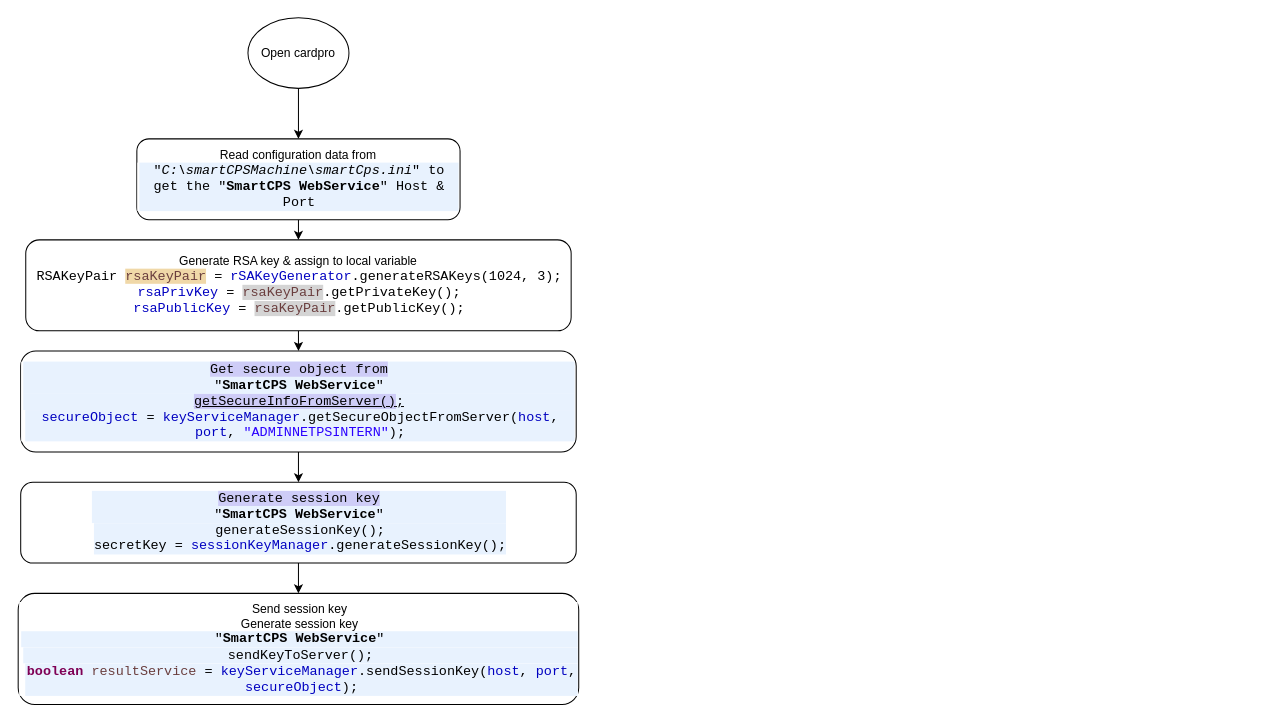
Earlier version of the draw.io diagram page "CardProApp" (3 of 8) of dz-perso-system.drawio (delphihero/MyDocument). Source tidied: cells renumbered, new cells numbered last; positions are measured from the earlier drawing's top-left corner, leaving out a move shared by most shapes. Both pictures are drawn from the tidied source at 101%, with x=0, y=0 at pixel (17, 17).
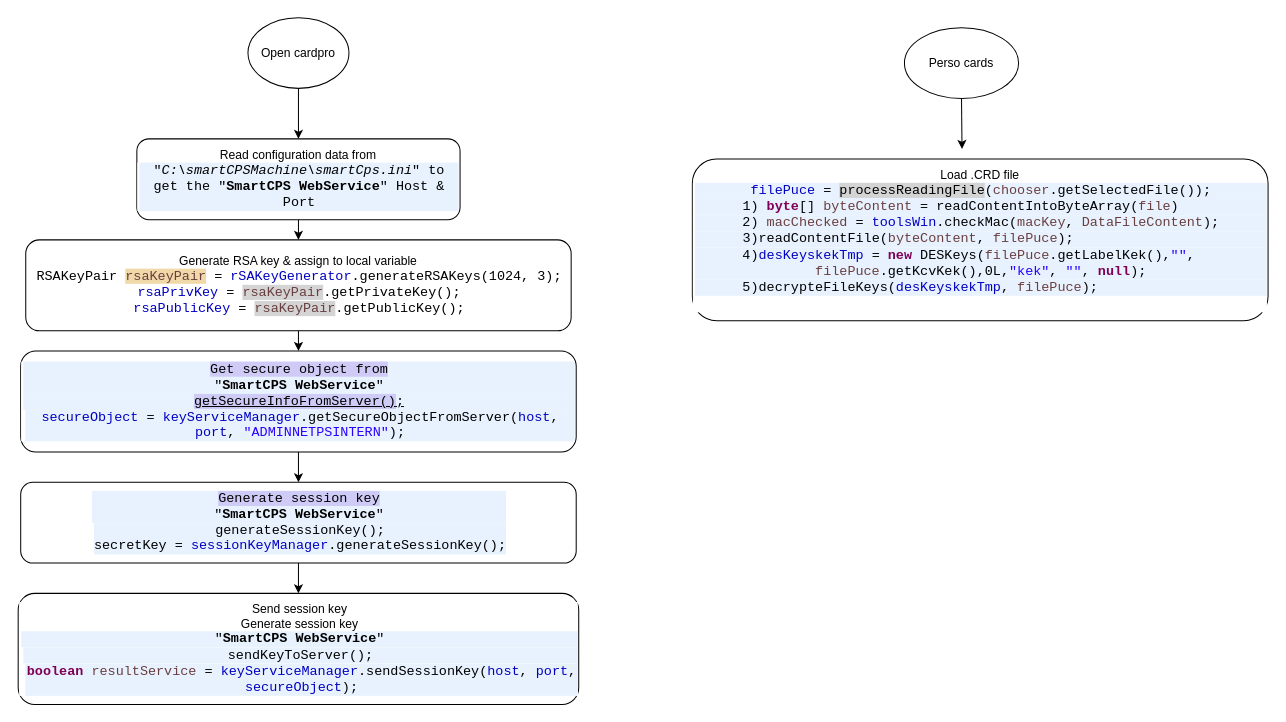
The same page after the edit.

What changed in the source:
```diff
@@
 <mxGraphModel>
   <root>
     <mxCell id="0" />
     <mxCell id="1" parent="0" />
     <mxCell id="2" style="edgeStyle=none;rounded=0;jettySize=auto;html=1;" parent="1" edge="1" source="3" target="7">
       <mxGeometry relative="1" as="geometry" />
     </mxCell>
     <mxCell id="3" value="Open cardpro" style="ellipse;whiteSpace=wrap;html=1;" parent="1" vertex="1">
       <mxGeometry x="228" width="100" height="70" as="geometry" />
     </mxCell>
     <mxCell id="4" style="edgeStyle=none;rounded=0;jettySize=auto;html=1;" parent="1" edge="1" source="5" target="9">
       <mxGeometry relative="1" as="geometry" />
     </mxCell>
     <mxCell id="5" value="Generate RSA key &amp;amp; assign to local variable&lt;br&gt;&lt;div style=&quot;background-color:#ffffff;padding:0px 0px 0px 2px;&quot;&gt;&lt;div style=&quot;color: rgb(0, 0, 0); background-color: rgb(255, 255, 255); font-family: &amp;quot;Courier New&amp;quot;; font-size: 10pt;&quot;&gt;&lt;p style=&quot;margin:0;&quot;&gt;RSAKeyPair &lt;span style=&quot;color:#6a3e3e;background-color:#f0d8a8;&quot;&gt;rsaKeyPair&lt;/span&gt;&lt;span style=&quot;color:#000000;&quot;&gt; = &lt;/span&gt;&lt;span style=&quot;color:#0000c0;&quot;&gt;rSAKeyGenerator&lt;/span&gt;&lt;span style=&quot;color:#000000;&quot;&gt;.generateRSAKeys(1024, 3);&lt;br&gt;&lt;/span&gt;&lt;span style=&quot;color:#0000c0;&quot;&gt;rsaPrivKey&lt;/span&gt;&lt;span style=&quot;color:#000000;&quot;&gt; = &lt;/span&gt;&lt;span style=&quot;color:#6a3e3e;background-color:#d4d4d4;&quot;&gt;rsaKeyPair&lt;/span&gt;&lt;span style=&quot;color:#000000;&quot;&gt;.getPrivateKey();&lt;/span&gt;&lt;/p&gt;&lt;p style=&quot;margin:0;&quot;&gt;&lt;span style=&quot;color:#0000c0;&quot;&gt;rsaPublicKey&lt;/span&gt;&lt;span style=&quot;color:#000000;&quot;&gt; = &lt;/span&gt;&lt;span style=&quot;color:#6a3e3e;background-color:#d4d4d4;&quot;&gt;rsaKeyPair&lt;/span&gt;&lt;span style=&quot;color:#000000;&quot;&gt;.getPublicKey();&lt;/span&gt;&lt;/p&gt;&lt;/div&gt;&lt;/div&gt;" style="rounded=1;whiteSpace=wrap;html=1;" parent="1" vertex="1">
       <mxGeometry x="8" y="220" width="540" height="90" as="geometry" />
     </mxCell>
     <mxCell id="6" style="edgeStyle=none;rounded=0;jettySize=auto;html=1;" parent="1" edge="1" source="7" target="5">
       <mxGeometry relative="1" as="geometry" />
     </mxCell>
     <mxCell id="7" value="Read configuration data from&lt;br&gt;&lt;div style=&quot;background-color:#ffffff;padding:0px 0px 0px 2px;&quot;&gt;&lt;div style=&quot;color: rgb(0, 0, 0); background-color: rgb(255, 255, 255); font-family: &amp;quot;Courier New&amp;quot;; font-size: 10pt;&quot;&gt;&lt;p style=&quot;background-color:#e8f2fe;margin:0;&quot;&gt;&quot;&lt;i&gt;C:\smartCPSMachine\smartCps.ini&lt;/i&gt;&quot; to get the &quot;&lt;b&gt;SmartCPS WebService&lt;/b&gt;&quot; Host &amp;amp; Port&lt;br&gt;&lt;/p&gt;&lt;/div&gt;&lt;/div&gt;" style="rounded=1;whiteSpace=wrap;html=1;" parent="1" vertex="1">
       <mxGeometry x="118" y="120" width="320" height="80" as="geometry" />
     </mxCell>
     <mxCell id="8" style="edgeStyle=none;rounded=0;jettySize=auto;html=1;" parent="1" edge="1" source="9" target="11">
       <mxGeometry relative="1" as="geometry" />
     </mxCell>
     <mxCell id="9" value="&lt;div style=&quot;background-color:#ffffff;padding:0px 0px 0px 2px;&quot;&gt;&lt;div style=&quot;color: rgb(0, 0, 0); background-color: rgb(255, 255, 255); font-family: &amp;quot;Courier New&amp;quot;; font-size: 10pt;&quot;&gt;&lt;p style=&quot;background-color:#e8f2fe;margin:0;&quot;&gt;&lt;span style=&quot;color:#000000;background-color:#ceccf7;&quot;&gt;Get secure object from &lt;br&gt;&lt;/span&gt;&quot;&lt;b&gt;SmartCPS WebService&lt;/b&gt;&quot;&lt;/p&gt;&lt;p style=&quot;background-color:#e8f2fe;margin:0;&quot;&gt;&lt;u&gt;&lt;span style=&quot;color:#000000;background-color:#ceccf7;&quot;&gt;getSecureInfoFromServer()&lt;/span&gt;&lt;span style=&quot;color:#000000;&quot;&gt;;&lt;br&gt;&lt;/span&gt;&lt;/u&gt;&lt;/p&gt;&lt;div style=&quot;background-color:#ffffff;padding:0px 0px 0px 2px;&quot;&gt;&lt;div style=&quot;color: rgb(0, 0, 0); background-color: rgb(255, 255, 255); font-family: &amp;quot;Courier New&amp;quot;; font-size: 10pt;&quot;&gt;&lt;p style=&quot;background-color:#e8f2fe;margin:0;&quot;&gt;&lt;span style=&quot;color:#0000c0;&quot;&gt;secureObject&lt;/span&gt;&lt;span style=&quot;color:#000000;&quot;&gt; = &lt;/span&gt;&lt;span style=&quot;color:#0000c0;&quot;&gt;keyServiceManager&lt;/span&gt;&lt;span style=&quot;color:#000000;&quot;&gt;.getSecureObjectFromServer(&lt;/span&gt;&lt;span style=&quot;color:#0000c0;&quot;&gt;host&lt;/span&gt;&lt;span style=&quot;color:#000000;&quot;&gt;, &lt;/span&gt;&lt;span style=&quot;color:#0000c0;&quot;&gt;port&lt;/span&gt;&lt;span style=&quot;color:#000000;&quot;&gt;, &lt;/span&gt;&lt;span style=&quot;color:#2a00ff;&quot;&gt;&quot;ADMINNETPSINTERN&quot;&lt;/span&gt;&lt;span style=&quot;color:#000000;&quot;&gt;);&lt;/span&gt;&lt;/p&gt;&lt;/div&gt;&lt;/div&gt;&lt;/div&gt;&lt;/div&gt;" style="rounded=1;whiteSpace=wrap;html=1;" parent="1" vertex="1">
       <mxGeometry x="3" y="330" width="550" height="100" as="geometry" />
     </mxCell>
     <mxCell id="10" style="edgeStyle=none;rounded=0;jettySize=auto;html=1;" parent="1" edge="1" source="11" target="12">
       <mxGeometry relative="1" as="geometry" />
     </mxCell>
     <mxCell id="11" value="&lt;div style=&quot;background-color:#ffffff;padding:0px 0px 0px 2px;&quot;&gt;&lt;div style=&quot;color: rgb(0, 0, 0); background-color: rgb(255, 255, 255); font-family: &amp;quot;Courier New&amp;quot;; font-size: 10pt;&quot;&gt;&lt;p style=&quot;background-color:#e8f2fe;margin:0;&quot;&gt;&lt;span style=&quot;color:#000000;background-color:#ceccf7;&quot;&gt;Generate session key &lt;br&gt;&lt;/span&gt;&quot;&lt;b&gt;SmartCPS WebService&lt;/b&gt;&quot;&lt;/p&gt;&lt;div style=&quot;background-color:#ffffff;padding:0px 0px 0px 2px;&quot;&gt;&lt;div style=&quot;color: rgb(0, 0, 0); background-color: rgb(255, 255, 255); font-family: &amp;quot;Courier New&amp;quot;; font-size: 10pt;&quot;&gt;&lt;p style=&quot;background-color:#e8f2fe;margin:0;&quot;&gt;generateSessionKey();&lt;br&gt;secretKey&lt;span style=&quot;color:#000000;&quot;&gt; = &lt;/span&gt;&lt;span style=&quot;color:#0000c0;&quot;&gt;sessionKeyManager&lt;/span&gt;&lt;span style=&quot;color:#000000;&quot;&gt;.generateSessionKey();&lt;/span&gt;&lt;/p&gt;&lt;/div&gt;&lt;/div&gt;&lt;p style=&quot;background-color:#e8f2fe;margin:0;&quot;&gt;&lt;/p&gt;&lt;/div&gt;&lt;/div&gt;" style="rounded=1;whiteSpace=wrap;html=1;" parent="1" vertex="1">
       <mxGeometry x="3" y="460" width="550" height="80" as="geometry" />
     </mxCell>
     <mxCell id="12" value="&lt;div style=&quot;background-color:#ffffff;padding:0px 0px 0px 2px;&quot;&gt;Send session key&lt;/div&gt;&lt;div style=&quot;background-color:#ffffff;padding:0px 0px 0px 2px;&quot;&gt;Generate session key &lt;div style=&quot;color: rgb(0, 0, 0); background-color: rgb(255, 255, 255); font-family: &amp;quot;Courier New&amp;quot;; font-size: 10pt;&quot;&gt;&lt;p style=&quot;background-color:#e8f2fe;margin:0;&quot;&gt;&quot;&lt;b&gt;SmartCPS WebService&lt;/b&gt;&quot;&lt;/p&gt;&lt;div style=&quot;background-color:#ffffff;padding:0px 0px 0px 2px;&quot;&gt;&lt;div style=&quot;color: rgb(0, 0, 0); background-color: rgb(255, 255, 255); font-family: &amp;quot;Courier New&amp;quot;; font-size: 10pt;&quot;&gt;&lt;p style=&quot;background-color:#e8f2fe;margin:0;&quot;&gt;sendKeyToServer();&lt;/p&gt;&lt;div style=&quot;background-color:#ffffff;padding:0px 0px 0px 2px;&quot;&gt;&lt;div style=&quot;color: rgb(0, 0, 0); background-color: rgb(255, 255, 255); font-family: &amp;quot;Courier New&amp;quot;; font-size: 10pt;&quot;&gt;&lt;p style=&quot;background-color:#e8f2fe;margin:0;&quot;&gt;&lt;span style=&quot;color:#7f0055;font-weight:bold;&quot;&gt;boolean&lt;/span&gt;&lt;span style=&quot;color:#000000;&quot;&gt; &lt;/span&gt;&lt;span style=&quot;color:#6a3e3e;&quot;&gt;resultService&lt;/span&gt;&lt;span style=&quot;color:#000000;&quot;&gt; = &lt;/span&gt;&lt;span style=&quot;color:#0000c0;&quot;&gt;keyServiceManager&lt;/span&gt;&lt;span style=&quot;color:#000000;&quot;&gt;.sendSessionKey(&lt;/span&gt;&lt;span style=&quot;color:#0000c0;&quot;&gt;host&lt;/span&gt;&lt;span style=&quot;color:#000000;&quot;&gt;, &lt;/span&gt;&lt;span style=&quot;color:#0000c0;&quot;&gt;port&lt;/span&gt;&lt;span style=&quot;color:#000000;&quot;&gt;, &lt;/span&gt;&lt;span style=&quot;color:#0000c0;&quot;&gt;secureObject&lt;/span&gt;&lt;span style=&quot;color:#000000;&quot;&gt;);&lt;/span&gt;&lt;/p&gt;&lt;/div&gt;&lt;/div&gt;&lt;/div&gt;&lt;/div&gt;&lt;/div&gt;&lt;/div&gt;" style="rounded=1;whiteSpace=wrap;html=1;" parent="1" vertex="1">
       <mxGeometry x="0.5" y="570" width="555" height="110" as="geometry" />
     </mxCell>
+    <mxCell id="13" style="edgeStyle=none;rounded=0;jettySize=auto;html=1;" parent="1" edge="1" source="14">
+      <mxGeometry relative="1" as="geometry">
+        <mxPoint x="935" y="130" as="targetPoint" />
+      </mxGeometry>
+    </mxCell>
+    <mxCell id="14" value="Perso cards" style="ellipse;whiteSpace=wrap;html=1;" parent="1" vertex="1">
+      <mxGeometry x="878" y="10" width="113" height="70" as="geometry" />
+    </mxCell>
+    <mxCell id="15" value="&lt;div&gt;Load .CRD file&lt;/div&gt;&lt;div&gt;&lt;div style=&quot;background-color:#ffffff;padding:0px 0px 0px 2px;&quot;&gt;&lt;div style=&quot;color: rgb(0, 0, 0); background-color: rgb(255, 255, 255); font-family: &amp;quot;Courier New&amp;quot;; font-size: 10pt;&quot;&gt;&lt;p style=&quot;background-color:#e8f2fe;margin:0;&quot;&gt;&lt;span style=&quot;color:#0000c0;&quot;&gt;filePuce&lt;/span&gt;&lt;span style=&quot;color:#000000;&quot;&gt; = &lt;/span&gt;&lt;span style=&quot;color:#000000;background-color:#d4d4d4;&quot;&gt;processReadingFile&lt;/span&gt;&lt;span style=&quot;color:#000000;&quot;&gt;(&lt;/span&gt;&lt;span style=&quot;color:#6a3e3e;&quot;&gt;chooser&lt;/span&gt;&lt;span style=&quot;color:#000000;&quot;&gt;.getSelectedFile());&lt;/span&gt;&lt;/p&gt;&lt;p style=&quot;background-color:#e8f2fe;margin:0;&quot;&gt;&lt;span style=&quot;color:#000000;&quot;&gt;1) &lt;/span&gt;&lt;span style=&quot;color:#7f0055;font-weight:bold;&quot;&gt;byte&lt;/span&gt;&lt;span style=&quot;color:#000000;&quot;&gt;[] &lt;/span&gt;&lt;span style=&quot;color:#6a3e3e;&quot;&gt;byteContent&lt;/span&gt;&lt;span style=&quot;color:#000000;&quot;&gt; = readContentIntoByteArray(&lt;/span&gt;&lt;span style=&quot;color:#6a3e3e;&quot;&gt;file&lt;/span&gt;&lt;span style=&quot;color:#000000;&quot;&gt;)&amp;nbsp;&amp;nbsp;&amp;nbsp;&amp;nbsp;&amp;nbsp; &lt;br&gt;&lt;/span&gt;&lt;/p&gt;&lt;p style=&quot;background-color:#e8f2fe;margin:0;&quot;&gt;&lt;span style=&quot;color:#000000;&quot;&gt;2) &lt;/span&gt;&lt;span style=&quot;color:#6a3e3e;&quot;&gt;macChecked&lt;/span&gt;&lt;span style=&quot;color:#000000;&quot;&gt; = &lt;/span&gt;&lt;span style=&quot;color:#0000c0;&quot;&gt;toolsWin&lt;/span&gt;&lt;span style=&quot;color:#000000;&quot;&gt;.checkMac(&lt;/span&gt;&lt;span style=&quot;color:#6a3e3e;&quot;&gt;macKey&lt;/span&gt;&lt;span style=&quot;color:#000000;&quot;&gt;, &lt;/span&gt;&lt;span style=&quot;color:#6a3e3e;&quot;&gt;DataFileContent&lt;/span&gt;&lt;span style=&quot;color:#000000;&quot;&gt;);&lt;/span&gt;&lt;/p&gt;&lt;p style=&quot;background-color:#e8f2fe;margin:0;&quot;&gt;&lt;span style=&quot;color:#000000;&quot;&gt;3)&lt;/span&gt;readContentFile(&lt;span style=&quot;color:#6a3e3e;&quot;&gt;byteContent&lt;/span&gt;&lt;span style=&quot;color:#000000;&quot;&gt;, &lt;/span&gt;&lt;span style=&quot;color:#6a3e3e;&quot;&gt;filePuce&lt;/span&gt;&lt;span style=&quot;color:#000000;&quot;&gt;);&amp;nbsp;&amp;nbsp;&amp;nbsp;&amp;nbsp;&amp;nbsp;&amp;nbsp;&amp;nbsp;&amp;nbsp;&amp;nbsp;&amp;nbsp;&amp;nbsp;&amp;nbsp;&amp;nbsp;&amp;nbsp;&amp;nbsp;&amp;nbsp;&amp;nbsp;&amp;nbsp;&lt;/span&gt;&lt;/p&gt;&lt;p style=&quot;background-color:#e8f2fe;margin:0;&quot;&gt;&lt;span style=&quot;color:#000000;&quot;&gt;4)&lt;/span&gt;&lt;span style=&quot;color:#0000c0;&quot;&gt;desKeyskekTmp&lt;/span&gt;&lt;span style=&quot;color:#000000;&quot;&gt; = &lt;/span&gt;&lt;span style=&quot;color:#7f0055;font-weight:bold;&quot;&gt;new&lt;/span&gt;&lt;span style=&quot;color:#000000;&quot;&gt; DESKeys(&lt;/span&gt;&lt;span style=&quot;color:#6a3e3e;&quot;&gt;filePuce&lt;/span&gt;&lt;span style=&quot;color:#000000;&quot;&gt;.getLabelKek(),&lt;/span&gt;&lt;span style=&quot;color:#2a00ff;&quot;&gt;&quot;&quot;&lt;/span&gt;&lt;span style=&quot;color:#000000;&quot;&gt;,&amp;nbsp;&amp;nbsp;&amp;nbsp; &lt;/span&gt;&lt;span style=&quot;color:#6a3e3e;&quot;&gt;filePuce&lt;/span&gt;&lt;span style=&quot;color:#000000;&quot;&gt;.getKcvKek(),0L,&lt;/span&gt;&lt;span style=&quot;color:#2a00ff;&quot;&gt;&quot;kek&quot;&lt;/span&gt;&lt;span style=&quot;color:#000000;&quot;&gt;, &lt;/span&gt;&lt;span style=&quot;color:#2a00ff;&quot;&gt;&quot;&quot;&lt;/span&gt;&lt;span style=&quot;color:#000000;&quot;&gt;, &lt;/span&gt;&lt;span style=&quot;color:#7f0055;font-weight:bold;&quot;&gt;null&lt;/span&gt;&lt;span style=&quot;color:#000000;&quot;&gt;);&lt;/span&gt;&lt;/p&gt;&lt;p style=&quot;background-color:#e8f2fe;margin:0;&quot;&gt;&lt;span style=&quot;color:#000000;&quot;&gt;5)&lt;/span&gt;decrypteFileKeys(&lt;span style=&quot;color:#0000c0;&quot;&gt;desKeyskekTmp&lt;/span&gt;&lt;span style=&quot;color:#000000;&quot;&gt;, &lt;/span&gt;&lt;span style=&quot;color:#6a3e3e;&quot;&gt;filePuce&lt;/span&gt;&lt;span style=&quot;color:#000000;&quot;&gt;);&amp;nbsp;&amp;nbsp;&amp;nbsp;&amp;nbsp;&amp;nbsp;&amp;nbsp;&amp;nbsp;&amp;nbsp;&amp;nbsp;&amp;nbsp;&amp;nbsp;&amp;nbsp;&amp;nbsp;&amp;nbsp;&amp;nbsp; &lt;br&gt;&lt;/span&gt;&lt;/p&gt;&lt;div style=&quot;background-color:#ffffff;padding:0px 0px 0px 2px;&quot;&gt;&lt;div style=&quot;color: rgb(0, 0, 0); background-color: rgb(255, 255, 255); font-family: &amp;quot;Courier New&amp;quot;; font-size: 10pt;&quot;&gt;&lt;p style=&quot;margin:0;&quot;&gt;&lt;span style=&quot;color:#000000;&quot;&gt;&lt;span style=&quot;&quot;&gt;&amp;nbsp;&amp;nbsp;&amp;nbsp;&amp;nbsp;&lt;/span&gt;&lt;span style=&quot;&quot;&gt;&amp;nbsp;&amp;nbsp;&amp;nbsp;&amp;nbsp;&lt;/span&gt;&lt;span style=&quot;&quot;&gt;&amp;nbsp;&amp;nbsp;&amp;nbsp;&amp;nbsp;&lt;/span&gt;&lt;span style=&quot;&quot;&gt;&amp;nbsp;&amp;nbsp;&amp;nbsp;&amp;nbsp;&lt;/span&gt;&lt;span style=&quot;&quot;&gt;&amp;nbsp;&amp;nbsp;&amp;nbsp;&amp;nbsp;&lt;/span&gt;&lt;/span&gt;&lt;/p&gt;&lt;/div&gt;&lt;/div&gt;&lt;p style=&quot;background-color:#e8f2fe;margin:0;&quot;&gt;&lt;span style=&quot;color:#000000;&quot;&gt; &lt;/span&gt;&lt;/p&gt;&lt;/div&gt;&lt;/div&gt;&lt;/div&gt;" style="rounded=1;whiteSpace=wrap;html=1;" parent="1" vertex="1">
+      <mxGeometry x="668" y="140" width="570" height="160" as="geometry" />
+    </mxCell>
   </root>
 </mxGraphModel>
```
